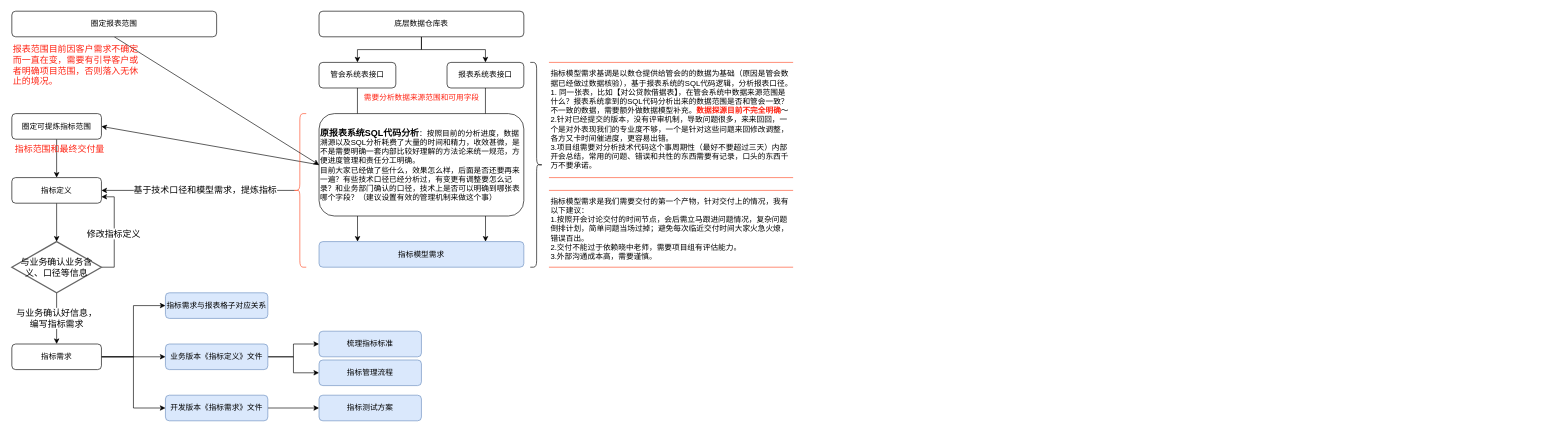
Earlier version of the draw.io diagram share/shrcb指标咨询项目.drawio (mythwind/BigData). Source tidied: cells renumbered, new cells numbered last; positions are measured from the earlier drawing's top-left corner, leaving out a move shared by most shapes. Both pictures are drawn from the tidied source at 64%, with x=0, y=0 at pixel (12, 11).
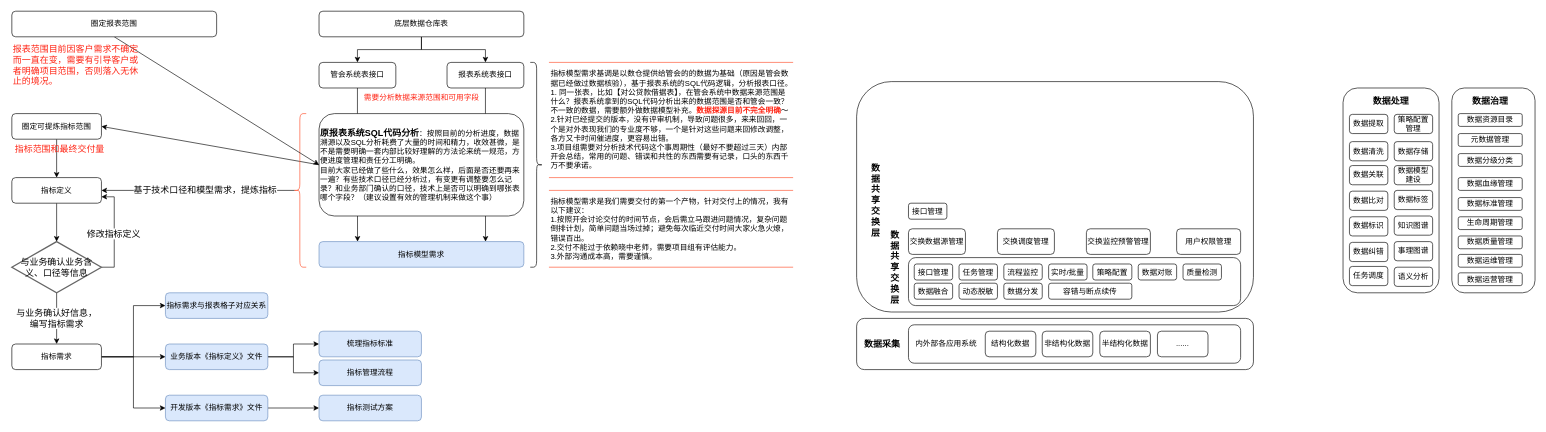
The same diagram, later.

Commit message (it also covers changes not shown here):
更新shrcb指标咨询项目.drawio

The edit, as a diff of the source:
```diff
@@
+    <mxCell id="44" style="rounded=1;whiteSpace=wrap;html=1;shadow=0;fontColor=#FFFFFF;fillColor=#FFFFFF;" parent="1" vertex="1">
+      <mxGeometry x="1320" y="480" width="620" height="80" as="geometry" />
+    </mxCell>
+    <mxCell id="45" value="&lt;font style=&quot;font-size: 14px;&quot; color=&quot;#000000&quot;&gt;&lt;b&gt;数据采集&lt;/b&gt;&lt;/font&gt;" style="text;html=1;strokeColor=none;fillColor=none;align=center;verticalAlign=middle;whiteSpace=wrap;rounded=0;shadow=0;fontColor=#FFFFFF;" parent="1" vertex="1">
+      <mxGeometry x="1330" y="505" width="60" height="30" as="geometry" />
+    </mxCell>
+    <mxCell id="46" style="rounded=1;whiteSpace=wrap;html=1;shadow=0;fontSize=14;fontColor=#000000;fillColor=#FFFFFF;" parent="1" vertex="1">
+      <mxGeometry x="1401" y="490" width="519" height="60" as="geometry" />
+    </mxCell>
+    <mxCell id="47" value="&lt;font style=&quot;font-size: 12px;&quot;&gt;内外部各应用系统&lt;/font&gt;" style="text;html=1;strokeColor=none;fillColor=none;align=center;verticalAlign=middle;whiteSpace=wrap;rounded=0;shadow=0;fontSize=14;fontColor=#000000;" parent="1" vertex="1">
+      <mxGeometry x="1410" y="505" width="100" height="25" as="geometry" />
+    </mxCell>
+    <mxCell id="48" value="结构化数据" style="rounded=1;whiteSpace=wrap;html=1;shadow=0;fontSize=12;fontColor=#000000;fillColor=#FFFFFF;" parent="1" vertex="1">
+      <mxGeometry x="1521" y="500" width="79" height="40" as="geometry" />
+    </mxCell>
+    <mxCell id="49" value="非结构化数据" style="rounded=1;whiteSpace=wrap;html=1;shadow=0;fontSize=12;fontColor=#000000;fillColor=#FFFFFF;" parent="1" vertex="1">
+      <mxGeometry x="1610" y="500" width="79" height="40" as="geometry" />
+    </mxCell>
+    <mxCell id="50" value="半结构化数据" style="rounded=1;whiteSpace=wrap;html=1;shadow=0;fontSize=12;fontColor=#000000;fillColor=#FFFFFF;" parent="1" vertex="1">
+      <mxGeometry x="1700" y="500" width="79" height="40" as="geometry" />
+    </mxCell>
+    <mxCell id="51" value="......" style="rounded=1;whiteSpace=wrap;html=1;shadow=0;fontSize=12;fontColor=#000000;fillColor=#FFFFFF;" parent="1" vertex="1">
+      <mxGeometry x="1790" y="500" width="79" height="40" as="geometry" />
+    </mxCell>
+    <mxCell id="52" style="rounded=1;whiteSpace=wrap;html=1;shadow=0;fontColor=#FFFFFF;fillColor=#FFFFFF;" parent="1" vertex="1">
+      <mxGeometry x="1320" y="110" width="620" height="360" as="geometry" />
+    </mxCell>
+    <mxCell id="53" value="&lt;font style=&quot;font-size: 14px;&quot; color=&quot;#000000&quot;&gt;&lt;b&gt;数据共享交换&lt;br&gt;层&lt;br&gt;&lt;/b&gt;&lt;/font&gt;" style="text;html=1;strokeColor=none;fillColor=none;align=center;verticalAlign=middle;whiteSpace=wrap;rounded=0;shadow=0;fontColor=#FFFFFF;" parent="1" vertex="1">
+      <mxGeometry x="1370" y="347.5" width="20" height="105" as="geometry" />
+    </mxCell>
+    <mxCell id="54" style="rounded=1;whiteSpace=wrap;html=1;shadow=0;fontSize=14;fontColor=#000000;fillColor=#FFFFFF;" parent="1" vertex="1">
+      <mxGeometry x="1401" y="385" width="519" height="75" as="geometry" />
+    </mxCell>
+    <mxCell id="55" value="接口管理" style="rounded=1;whiteSpace=wrap;html=1;shadow=0;fontSize=12;fontColor=#000000;fillColor=#FFFFFF;" parent="1" vertex="1">
+      <mxGeometry x="1410" y="395" width="60" height="25" as="geometry" />
+    </mxCell>
+    <mxCell id="56" value="任务管理" style="rounded=1;whiteSpace=wrap;html=1;shadow=0;fontSize=12;fontColor=#000000;fillColor=#FFFFFF;" parent="1" vertex="1">
+      <mxGeometry x="1480" y="395" width="60" height="25" as="geometry" />
+    </mxCell>
+    <mxCell id="57" value="流程监控" style="rounded=1;whiteSpace=wrap;html=1;shadow=0;fontSize=12;fontColor=#000000;fillColor=#FFFFFF;" parent="1" vertex="1">
+      <mxGeometry x="1550" y="395" width="60" height="25" as="geometry" />
+    </mxCell>
+    <mxCell id="58" value="实时/批量" style="rounded=1;whiteSpace=wrap;html=1;shadow=0;fontSize=12;fontColor=#000000;fillColor=#FFFFFF;" parent="1" vertex="1">
+      <mxGeometry x="1620" y="395" width="60" height="25" as="geometry" />
+    </mxCell>
+    <mxCell id="59" value="策略配置" style="rounded=1;whiteSpace=wrap;html=1;shadow=0;fontSize=12;fontColor=#000000;fillColor=#FFFFFF;" parent="1" vertex="1">
+      <mxGeometry x="1689" y="395" width="61" height="25" as="geometry" />
+    </mxCell>
+    <mxCell id="60" value="质量检测" style="rounded=1;whiteSpace=wrap;html=1;shadow=0;fontSize=12;fontColor=#000000;fillColor=#FFFFFF;" parent="1" vertex="1">
+      <mxGeometry x="1830" y="395" width="60" height="25" as="geometry" />
+    </mxCell>
+    <mxCell id="61" value="数据对账" style="rounded=1;whiteSpace=wrap;html=1;shadow=0;fontSize=12;fontColor=#000000;fillColor=#FFFFFF;" parent="1" vertex="1">
+      <mxGeometry x="1760" y="395" width="60" height="25" as="geometry" />
+    </mxCell>
+    <mxCell id="62" value="数据融合" style="rounded=1;whiteSpace=wrap;html=1;shadow=0;fontSize=12;fontColor=#000000;fillColor=#FFFFFF;" parent="1" vertex="1">
+      <mxGeometry x="1410" y="425" width="60" height="25" as="geometry" />
+    </mxCell>
+    <mxCell id="63" value="动态脱敏" style="rounded=1;whiteSpace=wrap;html=1;shadow=0;fontSize=12;fontColor=#000000;fillColor=#FFFFFF;" parent="1" vertex="1">
+      <mxGeometry x="1480" y="425" width="60" height="25" as="geometry" />
+    </mxCell>
+    <mxCell id="64" value="数据分发" style="rounded=1;whiteSpace=wrap;html=1;shadow=0;fontSize=12;fontColor=#000000;fillColor=#FFFFFF;" parent="1" vertex="1">
+      <mxGeometry x="1550" y="425" width="60" height="25" as="geometry" />
+    </mxCell>
+    <mxCell id="65" value="容错与断点续传" style="rounded=1;whiteSpace=wrap;html=1;shadow=0;fontSize=12;fontColor=#000000;fillColor=#FFFFFF;" parent="1" vertex="1">
+      <mxGeometry x="1620" y="425" width="130" height="25" as="geometry" />
+    </mxCell>
+    <mxCell id="66" value="交换数据源管理" style="rounded=1;whiteSpace=wrap;html=1;shadow=0;fontSize=12;fontColor=#000000;fillColor=#FFFFFF;" parent="1" vertex="1">
+      <mxGeometry x="1401" y="340" width="89" height="40" as="geometry" />
+    </mxCell>
+    <mxCell id="67" value="交换调度管理" style="rounded=1;whiteSpace=wrap;html=1;shadow=0;fontSize=12;fontColor=#000000;fillColor=#FFFFFF;" parent="1" vertex="1">
+      <mxGeometry x="1540" y="340" width="89" height="40" as="geometry" />
+    </mxCell>
+    <mxCell id="68" value="交换监控预警管理" style="rounded=1;whiteSpace=wrap;html=1;shadow=0;fontSize=12;fontColor=#000000;fillColor=#FFFFFF;" parent="1" vertex="1">
+      <mxGeometry x="1679" y="340" width="100" height="40" as="geometry" />
+    </mxCell>
+    <mxCell id="69" value="用户权限管理" style="rounded=1;whiteSpace=wrap;html=1;shadow=0;fontSize=12;fontColor=#000000;fillColor=#FFFFFF;" parent="1" vertex="1">
+      <mxGeometry x="1820" y="340" width="100" height="40" as="geometry" />
+    </mxCell>
+    <mxCell id="70" value="接口管理" style="rounded=1;whiteSpace=wrap;html=1;shadow=0;fontSize=12;fontColor=#000000;fillColor=#FFFFFF;" parent="1" vertex="1">
+      <mxGeometry x="1401" y="300" width="60" height="25" as="geometry" />
+    </mxCell>
+    <mxCell id="71" value="&lt;font style=&quot;font-size: 14px;&quot; color=&quot;#000000&quot;&gt;&lt;b&gt;数据共享交换&lt;br&gt;层&lt;br&gt;&lt;/b&gt;&lt;/font&gt;" style="text;html=1;strokeColor=none;fillColor=none;align=center;verticalAlign=middle;whiteSpace=wrap;rounded=0;shadow=0;fontColor=#FFFFFF;" parent="1" vertex="1">
+      <mxGeometry x="1340" y="242.5" width="20" height="105" as="geometry" />
+    </mxCell>
+    <mxCell id="72" style="rounded=1;whiteSpace=wrap;html=1;shadow=0;fontSize=12;fontColor=#000000;fillColor=#FFFFFF;" parent="1" vertex="1">
+      <mxGeometry x="2080" y="120" width="150" height="320" as="geometry" />
+    </mxCell>
+    <mxCell id="73" value="策略配置管理" style="rounded=1;whiteSpace=wrap;html=1;shadow=0;fontSize=12;fontColor=#000000;fillColor=#FFFFFF;" parent="1" vertex="1">
+      <mxGeometry x="2160" y="161.2" width="60" height="30" as="geometry" />
+    </mxCell>
+    <mxCell id="74" value="数据清洗" style="rounded=1;whiteSpace=wrap;html=1;shadow=0;fontSize=12;fontColor=#000000;fillColor=#FFFFFF;" parent="1" vertex="1">
+      <mxGeometry x="2090" y="203.8" width="60" height="30" as="geometry" />
+    </mxCell>
+    <mxCell id="75" value="数据提取" style="rounded=1;whiteSpace=wrap;html=1;shadow=0;fontSize=12;fontColor=#000000;fillColor=#FFFFFF;" parent="1" vertex="1">
+      <mxGeometry x="2090" y="161.2" width="60" height="30" as="geometry" />
+    </mxCell>
+    <mxCell id="76" value="数据存储" style="rounded=1;whiteSpace=wrap;html=1;shadow=0;fontSize=12;fontColor=#000000;fillColor=#FFFFFF;" parent="1" vertex="1">
+      <mxGeometry x="2160" y="203.8" width="60" height="30" as="geometry" />
+    </mxCell>
+    <mxCell id="77" value="数据关联" style="rounded=1;whiteSpace=wrap;html=1;shadow=0;fontSize=12;fontColor=#000000;fillColor=#FFFFFF;" parent="1" vertex="1">
+      <mxGeometry x="2090" y="241.2" width="60" height="30" as="geometry" />
+    </mxCell>
+    <mxCell id="78" value="数据模型建设" style="rounded=1;whiteSpace=wrap;html=1;shadow=0;fontSize=12;fontColor=#000000;fillColor=#FFFFFF;" parent="1" vertex="1">
+      <mxGeometry x="2160" y="241.2" width="60" height="30" as="geometry" />
+    </mxCell>
+    <mxCell id="79" value="数据比对" style="rounded=1;whiteSpace=wrap;html=1;shadow=0;fontSize=12;fontColor=#000000;fillColor=#FFFFFF;" parent="1" vertex="1">
+      <mxGeometry x="2090" y="281.2" width="60" height="30" as="geometry" />
+    </mxCell>
+    <mxCell id="80" value="数据标识" style="rounded=1;whiteSpace=wrap;html=1;shadow=0;fontSize=12;fontColor=#000000;fillColor=#FFFFFF;" parent="1" vertex="1">
+      <mxGeometry x="2090" y="321.2" width="60" height="30" as="geometry" />
+    </mxCell>
+    <mxCell id="81" value="数据纠错" style="rounded=1;whiteSpace=wrap;html=1;shadow=0;fontSize=12;fontColor=#000000;fillColor=#FFFFFF;" parent="1" vertex="1">
+      <mxGeometry x="2090" y="361.2" width="60" height="30" as="geometry" />
+    </mxCell>
+    <mxCell id="82" value="任务调度" style="rounded=1;whiteSpace=wrap;html=1;shadow=0;fontSize=12;fontColor=#000000;fillColor=#FFFFFF;" parent="1" vertex="1">
+      <mxGeometry x="2090" y="398.8" width="60" height="30" as="geometry" />
+    </mxCell>
+    <mxCell id="83" value="数据标签" style="rounded=1;whiteSpace=wrap;html=1;shadow=0;fontSize=12;fontColor=#000000;fillColor=#FFFFFF;" parent="1" vertex="1">
+      <mxGeometry x="2160" y="280" width="60" height="30" as="geometry" />
+    </mxCell>
+    <mxCell id="84" value="知识图谱" style="rounded=1;whiteSpace=wrap;html=1;shadow=0;fontSize=12;fontColor=#000000;fillColor=#FFFFFF;" parent="1" vertex="1">
+      <mxGeometry x="2160" y="320" width="60" height="30" as="geometry" />
+    </mxCell>
+    <mxCell id="85" value="事理图谱" style="rounded=1;whiteSpace=wrap;html=1;shadow=0;fontSize=12;fontColor=#000000;fillColor=#FFFFFF;" parent="1" vertex="1">
+      <mxGeometry x="2160" y="360" width="60" height="30" as="geometry" />
+    </mxCell>
+    <mxCell id="86" value="语义分析" style="rounded=1;whiteSpace=wrap;html=1;shadow=0;fontSize=12;fontColor=#000000;fillColor=#FFFFFF;" parent="1" vertex="1">
+      <mxGeometry x="2160" y="400" width="60" height="30" as="geometry" />
+    </mxCell>
+    <mxCell id="87" value="&lt;b&gt;&lt;font style=&quot;font-size: 14px;&quot;&gt;数据处理&lt;/font&gt;&lt;/b&gt;" style="text;html=1;strokeColor=none;fillColor=none;align=center;verticalAlign=middle;whiteSpace=wrap;rounded=0;shadow=0;fontSize=12;fontColor=#000000;" parent="1" vertex="1">
+      <mxGeometry x="2105" y="120" width="100" height="40" as="geometry" />
+    </mxCell>
+    <mxCell id="88" style="rounded=1;whiteSpace=wrap;html=1;shadow=0;fontSize=12;fontColor=#000000;fillColor=#FFFFFF;" parent="1" vertex="1">
+      <mxGeometry x="2250" y="120" width="130" height="320" as="geometry" />
+    </mxCell>
+    <mxCell id="89" value="数据资源目录" style="rounded=1;whiteSpace=wrap;html=1;shadow=0;fontSize=12;fontColor=#000000;fillColor=#FFFFFF;" parent="1" vertex="1">
+      <mxGeometry x="2260" y="160" width="100" height="20" as="geometry" />
+    </mxCell>
+    <mxCell id="90" value="&lt;b&gt;&lt;font style=&quot;font-size: 14px;&quot;&gt;数据治理&lt;/font&gt;&lt;/b&gt;" style="text;html=1;strokeColor=none;fillColor=none;align=center;verticalAlign=middle;whiteSpace=wrap;rounded=0;shadow=0;fontSize=12;fontColor=#000000;" parent="1" vertex="1">
+      <mxGeometry x="2260" y="120" width="100" height="40" as="geometry" />
+    </mxCell>
+    <mxCell id="91" value="元数据管理" style="rounded=1;whiteSpace=wrap;html=1;shadow=0;fontSize=12;fontColor=#000000;fillColor=#FFFFFF;" parent="1" vertex="1">
+      <mxGeometry x="2260" y="191.2" width="100" height="20" as="geometry" />
+    </mxCell>
+    <mxCell id="92" value="数据分级分类" style="rounded=1;whiteSpace=wrap;html=1;shadow=0;fontSize=12;fontColor=#000000;fillColor=#FFFFFF;" parent="1" vertex="1">
+      <mxGeometry x="2260" y="222.5" width="100" height="20" as="geometry" />
+    </mxCell>
+    <mxCell id="93" value="数据血缘管理" style="rounded=1;whiteSpace=wrap;html=1;shadow=0;fontSize=12;fontColor=#000000;fillColor=#FFFFFF;" parent="1" vertex="1">
+      <mxGeometry x="2260" y="260" width="100" height="20" as="geometry" />
+    </mxCell>
+    <mxCell id="94" value="数据标准管理" style="rounded=1;whiteSpace=wrap;html=1;shadow=0;fontSize=12;fontColor=#000000;fillColor=#FFFFFF;" parent="1" vertex="1">
+      <mxGeometry x="2260" y="291.2" width="100" height="20" as="geometry" />
+    </mxCell>
+    <mxCell id="95" value="生命周期管理" style="rounded=1;whiteSpace=wrap;html=1;shadow=0;fontSize=12;fontColor=#000000;fillColor=#FFFFFF;" parent="1" vertex="1">
+      <mxGeometry x="2260" y="321.2" width="100" height="20" as="geometry" />
+    </mxCell>
+    <mxCell id="96" value="数据质量管理" style="rounded=1;whiteSpace=wrap;html=1;shadow=0;fontSize=12;fontColor=#000000;fillColor=#FFFFFF;" parent="1" vertex="1">
+      <mxGeometry x="2260" y="351.2" width="100" height="20" as="geometry" />
+    </mxCell>
+    <mxCell id="97" value="数据运维管理" style="rounded=1;whiteSpace=wrap;html=1;shadow=0;fontSize=12;fontColor=#000000;fillColor=#FFFFFF;" parent="1" vertex="1">
+      <mxGeometry x="2260" y="380" width="100" height="20" as="geometry" />
+    </mxCell>
+    <mxCell id="98" value="数据运营管理" style="rounded=1;whiteSpace=wrap;html=1;shadow=0;fontSize=12;fontColor=#000000;fillColor=#FFFFFF;" parent="1" vertex="1">
+      <mxGeometry x="2260" y="408.8" width="100" height="20" as="geometry" />
+    </mxCell>
```
